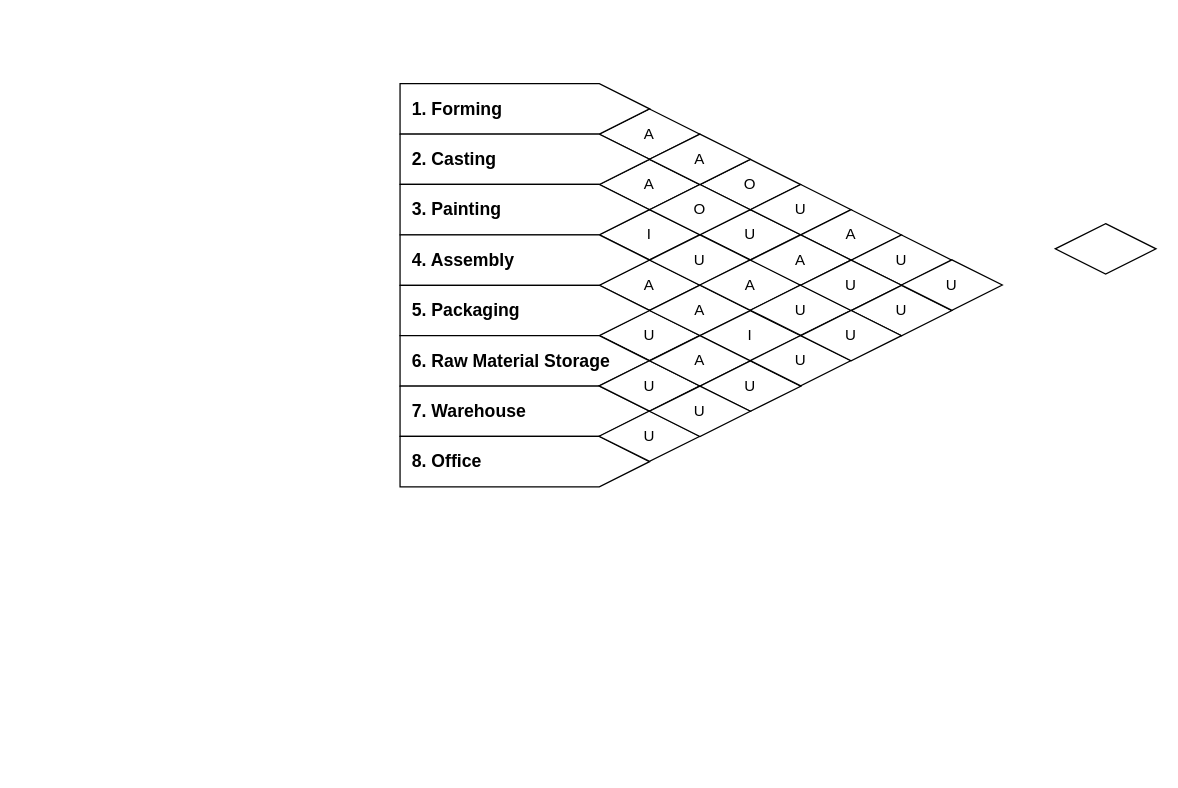
Before: REL chart.drawio in rianromad/Image-Storage, a draw.io diagram. Source tidied: cells renumbered, new cells numbered last; positions are measured from the earlier drawing's top-left corner, leaving out a move shared by most shapes. Both pictures are drawn from the tidied source at 126%, with x=0, y=0 at pixel (399, 83).
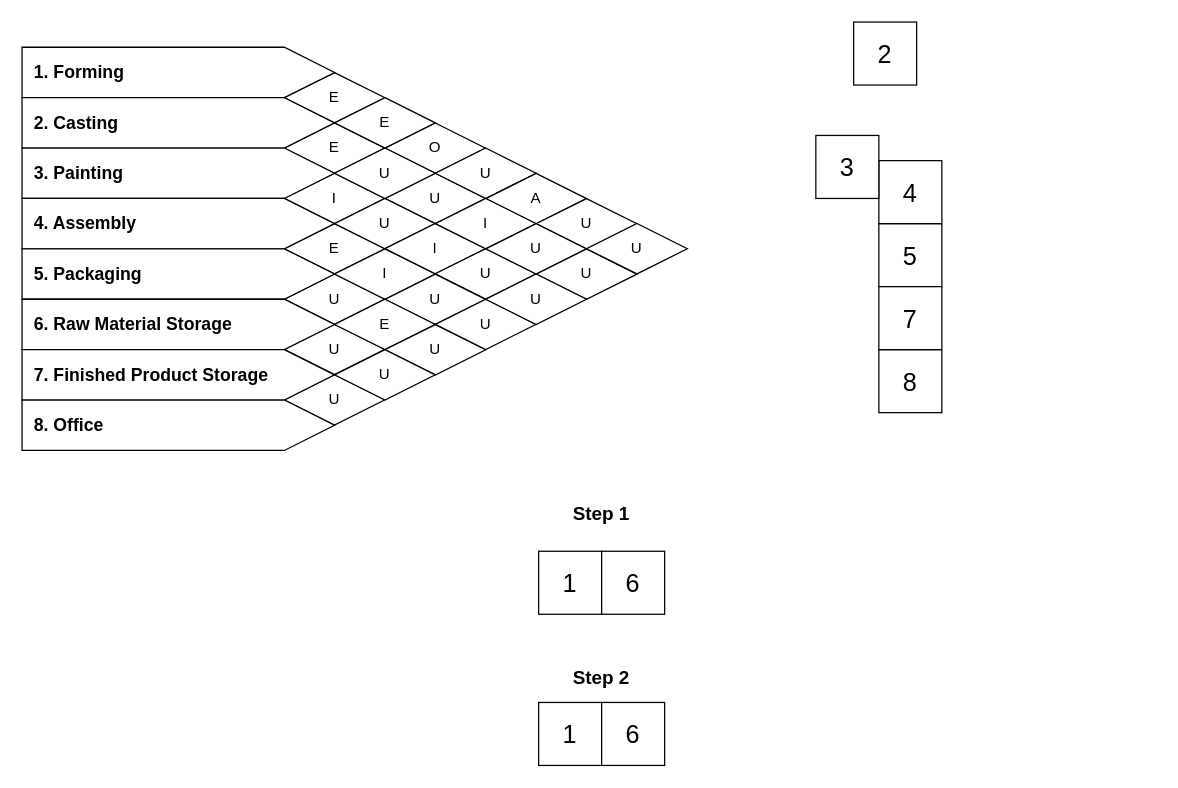
After the change.

What changed in the source:
```diff
@@
+    <mxCell id="43" style="group;" parent="1" vertex="1">
+      <mxGeometry x="-300" y="-29" width="528" height="320" as="geometry" />
+    </mxCell>
-    <mxCell id="2" value="A" style="rhombus;whiteSpace=wrap;html=1;" parent="1" vertex="1">
-      <mxGeometry x="158" y="20" width="80" height="40" as="geometry" />
+    <mxCell id="2" value="E" style="rhombus;whiteSpace=wrap;html=1;" parent="43" vertex="1">
+      <mxGeometry x="208" y="20.1" width="80" height="40" as="geometry" />
     </mxCell>
-    <mxCell id="3" value="A" style="rhombus;whiteSpace=wrap;html=1;" parent="1" vertex="1">
-      <mxGeometry x="158" y="60" width="80" height="40" as="geometry" />
+    <mxCell id="3" value="E" style="rhombus;whiteSpace=wrap;html=1;" parent="43" vertex="1">
+      <mxGeometry x="208" y="60.1" width="80" height="40" as="geometry" />
     </mxCell>
-    <mxCell id="4" value="I" style="rhombus;whiteSpace=wrap;html=1;" parent="1" vertex="1">
-      <mxGeometry x="158" y="99.7" width="80" height="40" as="geometry" />
+    <mxCell id="4" value="I" style="rhombus;whiteSpace=wrap;html=1;" parent="43" vertex="1">
+      <mxGeometry x="208" y="99.9" width="80" height="40" as="geometry" />
     </mxCell>
-    <mxCell id="5" value="A" style="rhombus;whiteSpace=wrap;html=1;" parent="1" vertex="1">
-      <mxGeometry x="158" y="139.7" width="80" height="40" as="geometry" />
+    <mxCell id="5" value="E" style="rhombus;whiteSpace=wrap;html=1;" parent="43" vertex="1">
+      <mxGeometry x="208" y="139.9" width="80" height="40" as="geometry" />
     </mxCell>
-    <mxCell id="6" value="U" style="rhombus;whiteSpace=wrap;html=1;" parent="1" vertex="1">
-      <mxGeometry x="158" y="179.7" width="80" height="40" as="geometry" />
+    <mxCell id="6" value="U" style="rhombus;whiteSpace=wrap;html=1;" parent="43" vertex="1">
+      <mxGeometry x="208" y="179.9" width="80" height="40" as="geometry" />
     </mxCell>
-    <mxCell id="7" value="U" style="rhombus;whiteSpace=wrap;html=1;" parent="1" vertex="1">
-      <mxGeometry x="238" y="99.7" width="80" height="40" as="geometry" />
+    <mxCell id="7" value="U" style="rhombus;whiteSpace=wrap;html=1;" parent="43" vertex="1">
+      <mxGeometry x="288" y="99.9" width="80" height="40" as="geometry" />
     </mxCell>
-    <mxCell id="8" value="O" style="rhombus;whiteSpace=wrap;html=1;" parent="1" vertex="1">
-      <mxGeometry x="238" y="60" width="80" height="40" as="geometry" />
+    <mxCell id="8" value="O" style="rhombus;whiteSpace=wrap;html=1;" parent="43" vertex="1">
+      <mxGeometry x="288" y="60.1" width="80" height="40" as="geometry" />
     </mxCell>
-    <mxCell id="9" value="A" style="rhombus;whiteSpace=wrap;html=1;" parent="1" vertex="1">
-      <mxGeometry x="198" y="159.9" width="80" height="40" as="geometry" />
+    <mxCell id="9" value="I" style="rhombus;whiteSpace=wrap;html=1;" parent="43" vertex="1">
+      <mxGeometry x="248" y="160" width="80" height="40" as="geometry" />
     </mxCell>
-    <mxCell id="10" value="U" style="rhombus;whiteSpace=wrap;html=1;" parent="1" vertex="1">
-      <mxGeometry x="198" y="119.9" width="80" height="40" as="geometry" />
+    <mxCell id="10" value="U" style="rhombus;whiteSpace=wrap;html=1;" parent="43" vertex="1">
+      <mxGeometry x="248" y="120" width="80" height="40" as="geometry" />
     </mxCell>
-    <mxCell id="11" value="&lt;div&gt;O&lt;/div&gt;" style="rhombus;whiteSpace=wrap;html=1;" parent="1" vertex="1">
-      <mxGeometry x="198" y="79.9" width="80" height="40" as="geometry" />
+    <mxCell id="11" value="U" style="rhombus;whiteSpace=wrap;html=1;" parent="43" vertex="1">
+      <mxGeometry x="248" y="80" width="80" height="40" as="geometry" />
     </mxCell>
-    <mxCell id="12" value="A" style="rhombus;whiteSpace=wrap;html=1;" parent="1" vertex="1">
-      <mxGeometry x="198" y="39.9" width="80" height="40" as="geometry" />
+    <mxCell id="12" value="E" style="rhombus;whiteSpace=wrap;html=1;" parent="43" vertex="1">
+      <mxGeometry x="248" y="40" width="80" height="40" as="geometry" />
     </mxCell>
-    <mxCell id="13" value="U" style="rhombus;whiteSpace=wrap;html=1;" parent="1" vertex="1">
-      <mxGeometry x="278" y="79.9" width="80" height="40" as="geometry" />
+    <mxCell id="13" value="U" style="rhombus;whiteSpace=wrap;html=1;" parent="43" vertex="1">
+      <mxGeometry x="328" y="80" width="80" height="40" as="geometry" />
     </mxCell>
-    <mxCell id="14" value="&lt;font style=&quot;font-size: 14px&quot;&gt;&lt;b&gt;&lt;span style=&quot;white-space: pre&quot;&gt;  1. Forming&lt;/span&gt;&lt;/b&gt;&lt;/font&gt;" style="html=1;shadow=0;dashed=0;align=left;verticalAlign=middle;shape=mxgraph.arrows2.arrow;dy=0;dx=39.84;notch=0;" parent="1" vertex="1">
-      <mxGeometry y="-0.1" width="198" height="40" as="geometry" />
-    </mxCell>
-    <mxCell id="15" value="&lt;div align=&quot;left&quot;&gt;&lt;div&gt;&lt;font style=&quot;font-size: 14px&quot;&gt;&lt;b&gt;&lt;span&gt;&amp;nbsp; 2. Casting&lt;/span&gt;&lt;/b&gt;&lt;/font&gt;&lt;br&gt;&lt;/div&gt;&lt;font style=&quot;font-size: 14px&quot;&gt;&lt;b&gt;&lt;span&gt;&lt;/span&gt;&lt;/b&gt;&lt;/font&gt;&lt;/div&gt;" style="html=1;shadow=0;dashed=0;align=left;verticalAlign=middle;shape=mxgraph.arrows2.arrow;dy=0;dx=39.84;notch=0;" parent="1" vertex="1">
-      <mxGeometry y="39.9" width="198" height="40" as="geometry" />
-    </mxCell>
-    <mxCell id="16" value="&lt;div align=&quot;left&quot;&gt;&lt;font style=&quot;font-size: 14px&quot;&gt;&lt;b&gt;&lt;span&gt;&amp;nbsp; 3. Painting&lt;/span&gt;&lt;/b&gt;&lt;/font&gt;&lt;br&gt;&lt;font style=&quot;font-size: 14px&quot;&gt;&lt;b&gt;&lt;span&gt;&lt;/span&gt;&lt;/b&gt;&lt;/font&gt;&lt;/div&gt;" style="html=1;shadow=0;dashed=0;align=left;verticalAlign=middle;shape=mxgraph.arrows2.arrow;dy=0;dx=39.84;notch=0;" parent="1" vertex="1">
-      <mxGeometry y="79.9" width="198" height="40" as="geometry" />
-    </mxCell>
-    <mxCell id="17" value="&lt;div align=&quot;left&quot;&gt;&lt;font style=&quot;font-size: 14px&quot;&gt;&lt;b&gt;&lt;span&gt;&amp;nbsp; 4. Assembly&lt;/span&gt;&lt;/b&gt;&lt;/font&gt;&lt;br&gt;&lt;font style=&quot;font-size: 14px&quot;&gt;&lt;b&gt;&lt;span&gt;&lt;/span&gt;&lt;/b&gt;&lt;/font&gt;&lt;/div&gt;" style="html=1;shadow=0;dashed=0;align=left;verticalAlign=middle;shape=mxgraph.arrows2.arrow;dy=0;dx=39.84;notch=0;" parent="1" vertex="1">
-      <mxGeometry y="119.9" width="198" height="40" as="geometry" />
-    </mxCell>
-    <mxCell id="18" value="&lt;div align=&quot;left&quot;&gt;&lt;font style=&quot;font-size: 14px&quot;&gt;&lt;b&gt;&lt;span&gt;&amp;nbsp; 5. Packaging&lt;/span&gt;&lt;/b&gt;&lt;/font&gt;&lt;br&gt;&lt;font style=&quot;font-size: 14px&quot;&gt;&lt;b&gt;&lt;span&gt;&lt;/span&gt;&lt;/b&gt;&lt;/font&gt;&lt;/div&gt;" style="html=1;shadow=0;dashed=0;align=left;verticalAlign=middle;shape=mxgraph.arrows2.arrow;dy=0;dx=39.84;notch=0;" parent="1" vertex="1">
-      <mxGeometry y="159.9" width="198" height="40" as="geometry" />
-    </mxCell>
-    <mxCell id="19" value="&lt;div align=&quot;left&quot;&gt;&lt;font style=&quot;font-size: 14px&quot;&gt;&lt;b&gt;&lt;span&gt;&amp;nbsp; 6. Raw Material Storage&lt;/span&gt;&lt;/b&gt;&lt;/font&gt;&lt;font style=&quot;font-size: 14px&quot;&gt;&lt;b&gt;&lt;span&gt;&lt;/span&gt;&lt;/b&gt;&lt;/font&gt;&lt;/div&gt;" style="html=1;shadow=0;dashed=0;align=left;verticalAlign=middle;shape=mxgraph.arrows2.arrow;dy=0;dx=39.84;notch=0;" parent="1" vertex="1">
-      <mxGeometry y="199.9" width="198" height="40" as="geometry" />
-    </mxCell>
-    <mxCell id="20" value="&lt;div align=&quot;left&quot;&gt;&lt;font style=&quot;font-size: 14px&quot;&gt;&lt;b&gt;&lt;span&gt;&amp;nbsp; 7. Warehouse&lt;/span&gt;&lt;/b&gt;&lt;/font&gt;&lt;br&gt;&lt;font style=&quot;font-size: 14px&quot;&gt;&lt;b&gt;&lt;span&gt;&lt;/span&gt;&lt;/b&gt;&lt;/font&gt;&lt;/div&gt;" style="html=1;shadow=0;dashed=0;align=left;verticalAlign=middle;shape=mxgraph.arrows2.arrow;dy=0;dx=39.84;notch=0;" parent="1" vertex="1">
-      <mxGeometry y="239.9" width="198" height="40" as="geometry" />
-    </mxCell>
-    <mxCell id="21" value="&lt;div align=&quot;left&quot;&gt;&lt;font style=&quot;font-size: 14px&quot;&gt;&lt;b&gt;&lt;span&gt;&amp;nbsp; 8. Office&lt;/span&gt;&lt;/b&gt;&lt;/font&gt;&lt;br&gt;&lt;font style=&quot;font-size: 14px&quot;&gt;&lt;b&gt;&lt;span&gt;&lt;/span&gt;&lt;/b&gt;&lt;/font&gt;&lt;/div&gt;" style="html=1;shadow=0;dashed=0;align=left;verticalAlign=middle;shape=mxgraph.arrows2.arrow;dy=0;dx=39.84;notch=0;" parent="1" vertex="1">
-      <mxGeometry y="279.9" width="198" height="40" as="geometry" />
-    </mxCell>
-    <mxCell id="22" style="group;" parent="1" vertex="1">
-      <mxGeometry x="238" y="100" width="160" height="79.7" as="geometry" />
+    <mxCell id="22" style="group;" parent="43" vertex="1">
+      <mxGeometry x="288" y="100.1" width="160" height="79.7" as="geometry" />
     </mxCell>
-    <mxCell id="23" value="A" style="rhombus;whiteSpace=wrap;html=1;" parent="22" vertex="1">
+    <mxCell id="23" value="I" style="rhombus;whiteSpace=wrap;html=1;" parent="22" vertex="1">
       <mxGeometry y="39.7" width="80" height="40" as="geometry" />
     </mxCell>
@@
-    <mxCell id="25" value="A" style="rhombus;whiteSpace=wrap;html=1;" parent="22" vertex="1">
+    <mxCell id="25" value="I" style="rhombus;whiteSpace=wrap;html=1;" parent="22" vertex="1">
       <mxGeometry x="40" y="19.9" width="80" height="40" as="geometry" />
     </mxCell>
-    <mxCell id="26" style="group;" parent="1" vertex="1">
-      <mxGeometry x="158" y="180" width="160" height="79.7" as="geometry" />
+    <mxCell id="26" style="group;" parent="43" vertex="1">
+      <mxGeometry x="208" y="180.1" width="160" height="79.7" as="geometry" />
     </mxCell>
@@
-    <mxCell id="28" value="I" style="rhombus;whiteSpace=wrap;html=1;" parent="26" vertex="1">
+    <mxCell id="28" value="U" style="rhombus;whiteSpace=wrap;html=1;" parent="26" vertex="1">
       <mxGeometry x="80" width="80" height="40" as="geometry" />
     </mxCell>
-    <mxCell id="29" value="A" style="rhombus;whiteSpace=wrap;html=1;" parent="26" vertex="1">
+    <mxCell id="29" value="E" style="rhombus;whiteSpace=wrap;html=1;" parent="26" vertex="1">
       <mxGeometry x="40" y="19.9" width="80" height="40" as="geometry" />
     </mxCell>
-    <mxCell id="30" style="group;" parent="1" vertex="1">
-      <mxGeometry x="158" y="220" width="160" height="79.7" as="geometry" />
+    <mxCell id="30" style="group;" parent="43" vertex="1">
+      <mxGeometry x="208" y="220.1" width="160" height="79.7" as="geometry" />
     </mxCell>
@@
-    <mxCell id="34" style="group;" parent="1" vertex="1">
-      <mxGeometry x="278" y="120" width="160" height="79.7" as="geometry" />
+    <mxCell id="34" style="group;" parent="43" vertex="1">
+      <mxGeometry x="328" y="120.1" width="160" height="79.7" as="geometry" />
     </mxCell>
@@
-    <mxCell id="38" value="U" style="rhombus;whiteSpace=wrap;html=1;" parent="1" vertex="1">
-      <mxGeometry x="278" y="199.7" width="80" height="40" as="geometry" />
+    <mxCell id="38" value="U" style="rhombus;whiteSpace=wrap;html=1;" parent="43" vertex="1">
+      <mxGeometry x="328" y="199.9" width="80" height="40" as="geometry" />
     </mxCell>
-    <mxCell id="39" value="U" style="rhombus;whiteSpace=wrap;html=1;" parent="1" vertex="1">
-      <mxGeometry x="358" y="160" width="80" height="40" as="geometry" />
+    <mxCell id="39" value="U" style="rhombus;whiteSpace=wrap;html=1;" parent="43" vertex="1">
+      <mxGeometry x="408" y="160.1" width="80" height="40" as="geometry" />
     </mxCell>
-    <mxCell id="40" value="U" style="rhombus;whiteSpace=wrap;html=1;" parent="1" vertex="1">
-      <mxGeometry x="318" y="179.9" width="80" height="40" as="geometry" />
+    <mxCell id="40" value="U" style="rhombus;whiteSpace=wrap;html=1;" parent="43" vertex="1">
+      <mxGeometry x="368" y="180" width="80" height="40" as="geometry" />
     </mxCell>
-    <mxCell id="41" value="U" style="rhombus;whiteSpace=wrap;html=1;" parent="1" vertex="1">
-      <mxGeometry x="398" y="139.7" width="80" height="40" as="geometry" />
+    <mxCell id="41" value="U" style="rhombus;whiteSpace=wrap;html=1;" parent="43" vertex="1">
+      <mxGeometry x="448" y="139.9" width="80" height="40" as="geometry" />
     </mxCell>
-    <mxCell id="42" style="rhombus;whiteSpace=wrap;html=1;" parent="1" vertex="1">
-      <mxGeometry x="520" y="111" width="80" height="40" as="geometry" />
-    </mxCell>
+    <mxCell id="44" style="group;" parent="43" vertex="1">
+      <mxGeometry width="248" height="320" as="geometry" />
+    </mxCell>
+    <mxCell id="14" value="&lt;font style=&quot;font-size: 14px&quot;&gt;&lt;b&gt;&lt;span style=&quot;white-space: pre&quot;&gt;  1. Forming&lt;/span&gt;&lt;/b&gt;&lt;/font&gt;" style="html=1;shadow=0;dashed=0;align=left;verticalAlign=middle;shape=mxgraph.arrows2.arrow;dy=0;dx=39.84;notch=0;" parent="44" vertex="1">
+      <mxGeometry width="248" height="40" as="geometry" />
+    </mxCell>
+    <mxCell id="15" value="&lt;div align=&quot;left&quot;&gt;&lt;div&gt;&lt;font style=&quot;font-size: 14px&quot;&gt;&lt;b&gt;&lt;span&gt;&amp;nbsp; 2. Casting&lt;/span&gt;&lt;/b&gt;&lt;/font&gt;&lt;br&gt;&lt;/div&gt;&lt;font style=&quot;font-size: 14px&quot;&gt;&lt;b&gt;&lt;span&gt;&lt;/span&gt;&lt;/b&gt;&lt;/font&gt;&lt;/div&gt;" style="html=1;shadow=0;dashed=0;align=left;verticalAlign=middle;shape=mxgraph.arrows2.arrow;dy=0;dx=39.84;notch=0;" parent="44" vertex="1">
+      <mxGeometry y="40" width="248" height="40" as="geometry" />
+    </mxCell>
+    <mxCell id="16" value="&lt;div align=&quot;left&quot;&gt;&lt;font style=&quot;font-size: 14px&quot;&gt;&lt;b&gt;&lt;span&gt;&amp;nbsp; 3. Painting&lt;/span&gt;&lt;/b&gt;&lt;/font&gt;&lt;br&gt;&lt;font style=&quot;font-size: 14px&quot;&gt;&lt;b&gt;&lt;span&gt;&lt;/span&gt;&lt;/b&gt;&lt;/font&gt;&lt;/div&gt;" style="html=1;shadow=0;dashed=0;align=left;verticalAlign=middle;shape=mxgraph.arrows2.arrow;dy=0;dx=39.84;notch=0;" parent="44" vertex="1">
+      <mxGeometry y="80" width="248" height="40" as="geometry" />
+    </mxCell>
+    <mxCell id="17" value="&lt;div align=&quot;left&quot;&gt;&lt;font style=&quot;font-size: 14px&quot;&gt;&lt;b&gt;&lt;span&gt;&amp;nbsp; 4. Assembly&lt;/span&gt;&lt;/b&gt;&lt;/font&gt;&lt;br&gt;&lt;font style=&quot;font-size: 14px&quot;&gt;&lt;b&gt;&lt;span&gt;&lt;/span&gt;&lt;/b&gt;&lt;/font&gt;&lt;/div&gt;" style="html=1;shadow=0;dashed=0;align=left;verticalAlign=middle;shape=mxgraph.arrows2.arrow;dy=0;dx=39.84;notch=0;" parent="44" vertex="1">
+      <mxGeometry y="120" width="248" height="40" as="geometry" />
+    </mxCell>
+    <mxCell id="18" value="&lt;div align=&quot;left&quot;&gt;&lt;font style=&quot;font-size: 14px&quot;&gt;&lt;b&gt;&lt;span&gt;&amp;nbsp; 5. Packaging&lt;/span&gt;&lt;/b&gt;&lt;/font&gt;&lt;br&gt;&lt;font style=&quot;font-size: 14px&quot;&gt;&lt;b&gt;&lt;span&gt;&lt;/span&gt;&lt;/b&gt;&lt;/font&gt;&lt;/div&gt;" style="html=1;shadow=0;dashed=0;align=left;verticalAlign=middle;shape=mxgraph.arrows2.arrow;dy=0;dx=39.84;notch=0;" parent="44" vertex="1">
+      <mxGeometry y="160" width="248" height="40" as="geometry" />
+    </mxCell>
+    <mxCell id="19" value="&lt;div align=&quot;left&quot;&gt;&lt;font style=&quot;font-size: 14px&quot;&gt;&lt;b&gt;&lt;span&gt;&amp;nbsp; 6. Raw Material Storage&lt;/span&gt;&lt;/b&gt;&lt;/font&gt;&lt;font style=&quot;font-size: 14px&quot;&gt;&lt;b&gt;&lt;span&gt;&lt;/span&gt;&lt;/b&gt;&lt;/font&gt;&lt;/div&gt;" style="html=1;shadow=0;dashed=0;align=left;verticalAlign=middle;shape=mxgraph.arrows2.arrow;dy=0;dx=39.84;notch=0;" parent="44" vertex="1">
+      <mxGeometry y="200" width="248" height="40" as="geometry" />
+    </mxCell>
+    <mxCell id="20" value="&lt;div align=&quot;left&quot;&gt;&lt;font style=&quot;font-size: 14px&quot;&gt;&lt;b&gt;&lt;span&gt;&amp;nbsp; 7. Finished Product Storage&lt;/span&gt;&lt;/b&gt;&lt;/font&gt;&lt;font style=&quot;font-size: 14px&quot;&gt;&lt;b&gt;&lt;span&gt;&lt;/span&gt;&lt;/b&gt;&lt;/font&gt;&lt;/div&gt;" style="html=1;shadow=0;dashed=0;align=left;verticalAlign=middle;shape=mxgraph.arrows2.arrow;dy=0;dx=39.84;notch=0;" parent="44" vertex="1">
+      <mxGeometry y="240" width="248" height="40" as="geometry" />
+    </mxCell>
+    <mxCell id="21" value="&lt;div align=&quot;left&quot;&gt;&lt;font style=&quot;font-size: 14px&quot;&gt;&lt;b&gt;&lt;span&gt;&amp;nbsp; 8. Office&lt;/span&gt;&lt;/b&gt;&lt;/font&gt;&lt;br&gt;&lt;font style=&quot;font-size: 14px&quot;&gt;&lt;b&gt;&lt;span&gt;&lt;/span&gt;&lt;/b&gt;&lt;/font&gt;&lt;/div&gt;" style="html=1;shadow=0;dashed=0;align=left;verticalAlign=middle;shape=mxgraph.arrows2.arrow;dy=0;dx=39.84;notch=0;" parent="44" vertex="1">
+      <mxGeometry y="280" width="248" height="40" as="geometry" />
+    </mxCell>
+    <mxCell id="45" value="&lt;font style=&quot;font-size: 20px&quot;&gt;2&lt;/font&gt;" style="whiteSpace=wrap;html=1;" parent="1" vertex="1">
+      <mxGeometry x="360" y="-49" width="50" height="50" as="geometry" />
+    </mxCell>
+    <mxCell id="46" value="&lt;font style=&quot;font-size: 20px&quot;&gt;5&lt;/font&gt;" style="whiteSpace=wrap;html=1;" parent="1" vertex="1">
+      <mxGeometry x="380" y="111" width="50" height="50" as="geometry" />
+    </mxCell>
+    <mxCell id="47" value="&lt;font style=&quot;font-size: 20px&quot;&gt;4&lt;/font&gt;" style="whiteSpace=wrap;html=1;" parent="1" vertex="1">
+      <mxGeometry x="380" y="61" width="50" height="50" as="geometry" />
+    </mxCell>
+    <mxCell id="48" value="&lt;font style=&quot;font-size: 20px&quot;&gt;3&lt;/font&gt;" style="whiteSpace=wrap;html=1;" parent="1" vertex="1">
+      <mxGeometry x="330" y="41" width="50" height="50" as="geometry" />
+    </mxCell>
+    <mxCell id="49" value="&lt;font style=&quot;font-size: 20px&quot;&gt;8&lt;/font&gt;" style="whiteSpace=wrap;html=1;" parent="1" vertex="1">
+      <mxGeometry x="380" y="211" width="50" height="50" as="geometry" />
+    </mxCell>
+    <mxCell id="50" value="&lt;font style=&quot;font-size: 20px&quot;&gt;7&lt;/font&gt;" style="whiteSpace=wrap;html=1;" parent="1" vertex="1">
+      <mxGeometry x="380" y="161" width="50" height="50" as="geometry" />
+    </mxCell>
+    <mxCell id="51" style="group;" parent="1" vertex="1">
+      <mxGeometry x="110" y="371" width="100" height="50" as="geometry" />
+    </mxCell>
+    <mxCell id="52" value="&lt;font style=&quot;font-size: 20px&quot;&gt;1&lt;/font&gt;" style="whiteSpace=wrap;html=1;" parent="51" vertex="1">
+      <mxGeometry width="50" height="50" as="geometry" />
+    </mxCell>
+    <mxCell id="53" value="&lt;font style=&quot;font-size: 20px&quot;&gt;6&lt;/font&gt;" style="whiteSpace=wrap;html=1;" parent="51" vertex="1">
+      <mxGeometry x="50" width="50" height="50" as="geometry" />
+    </mxCell>
+    <mxCell id="54" value="&lt;font style=&quot;font-size: 15px&quot;&gt;&lt;b&gt;Step 1&lt;/b&gt;&lt;/font&gt;" style="text;html=1;strokeColor=none;fillColor=none;align=center;verticalAlign=middle;whiteSpace=wrap;rounded=0;" parent="1" vertex="1">
+      <mxGeometry x="120" y="331" width="80" height="20" as="geometry" />
+    </mxCell>
+    <mxCell id="55" style="group;" parent="1" vertex="1">
+      <mxGeometry x="110" y="491" width="100" height="50" as="geometry" />
+    </mxCell>
+    <mxCell id="56" value="&lt;font style=&quot;font-size: 20px&quot;&gt;1&lt;/font&gt;" style="whiteSpace=wrap;html=1;" parent="55" vertex="1">
+      <mxGeometry width="50" height="50" as="geometry" />
+    </mxCell>
+    <mxCell id="57" value="&lt;font style=&quot;font-size: 20px&quot;&gt;6&lt;/font&gt;" style="whiteSpace=wrap;html=1;" parent="55" vertex="1">
+      <mxGeometry x="50" width="50" height="50" as="geometry" />
+    </mxCell>
+    <mxCell id="58" value="&lt;font style=&quot;font-size: 15px&quot;&gt;&lt;b&gt;Step 2&lt;br&gt;&lt;/b&gt;&lt;/font&gt;" style="text;html=1;strokeColor=none;fillColor=none;align=center;verticalAlign=middle;whiteSpace=wrap;rounded=0;" parent="1" vertex="1">
+      <mxGeometry x="120" y="461" width="80" height="20" as="geometry" />
+    </mxCell>
```
